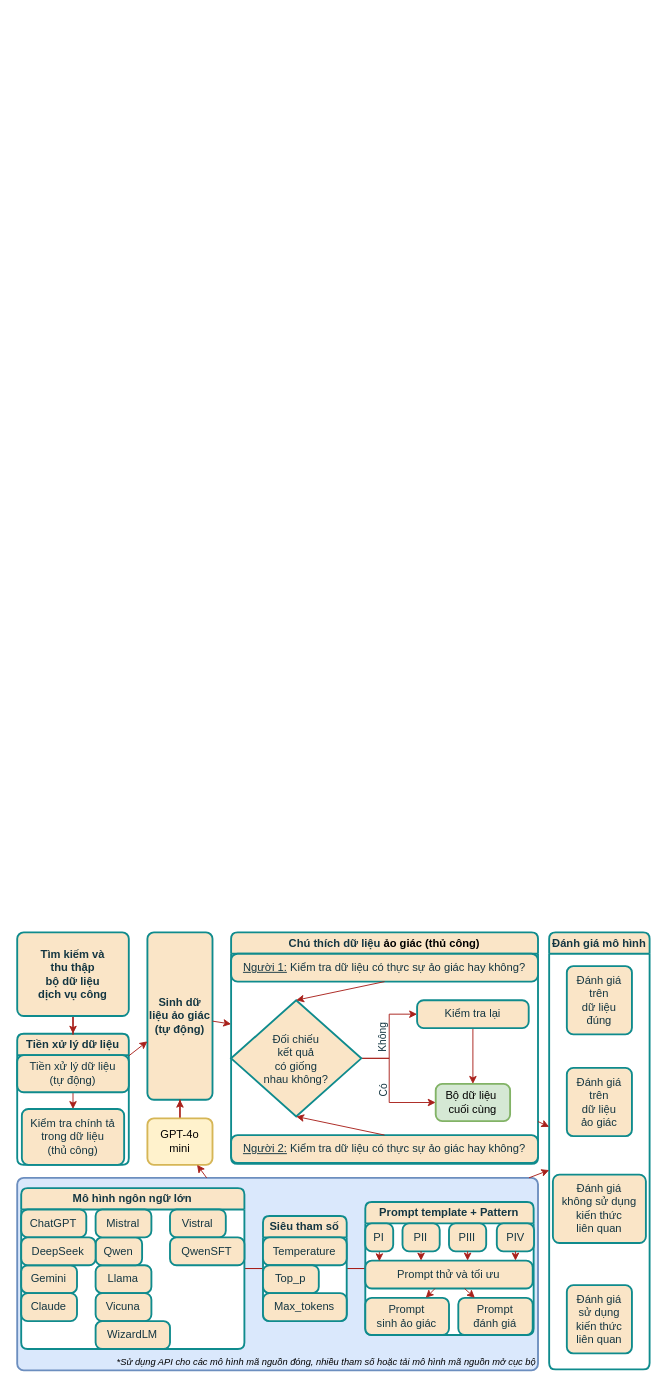
The draw.io diagram E_Analyze/Process_reduce.drawio in fabyanbui/Public-Sector-Application, before the edit. Source tidied: cells renumbered, new cells numbered last; positions are measured from the earlier drawing's top-left corner, leaving out a move shared by most shapes. Both pictures are drawn from the tidied source at 93%, with x=0, y=0 at pixel (17, 932).
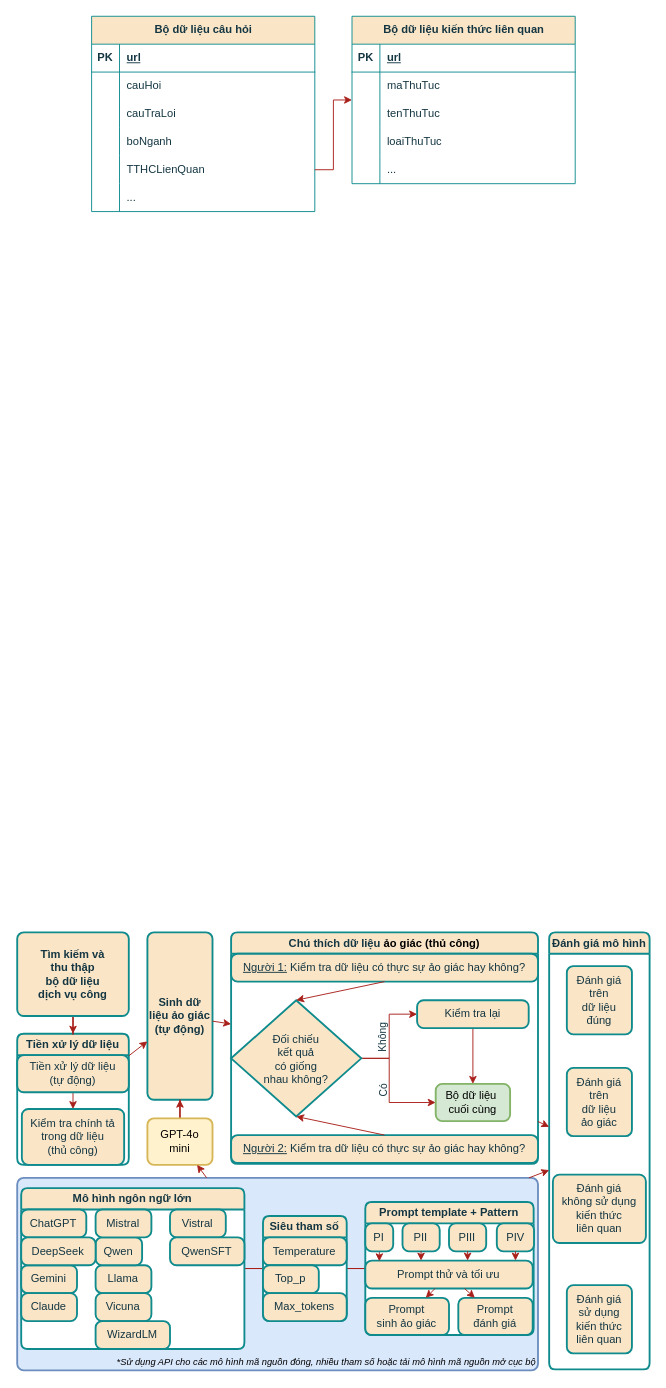
Above is the later version.

Commit message (it also covers changes not shown here):
Double check spelling TTHC and drawio process

Backup spelling checking TTHC

Change to the diagram source:
```diff
@@
+    <mxCell id="70" style="group;" parent="1" vertex="1">
+      <mxGeometry x="80" y="-985" width="520" height="210" as="geometry" />
+    </mxCell>
+    <mxCell id="71" value="Bộ dữ liệu kiến thức liên quan" style="shape=table;startSize=30;childLayout=tableLayout;rowLines=0;fontStyle=1;align=center;html=1;labelBackgroundColor=none;fillColor=#FAE5C7;strokeColor=#0F8B8D;fontColor=#143642;swimlaneFillColor=#ffffff;" parent="70" vertex="1">
+      <mxGeometry x="280" width="240" height="180" as="geometry" />
+    </mxCell>
+    <mxCell id="72" style="shape=tableRow;horizontal=0;startSize=0;swimlaneHead=0;swimlaneBody=0;fillColor=none;top=0;left=0;right=0;bottom=1;labelBackgroundColor=none;strokeColor=#0F8B8D;fontColor=#143642;" parent="71" vertex="1">
+      <mxGeometry y="30" width="240" height="30" as="geometry" />
+    </mxCell>
+    <mxCell id="73" value="PK" style="shape=partialRectangle;fillColor=none;top=0;left=0;bottom=0;right=0;fontStyle=1;overflow=hidden;whiteSpace=wrap;html=1;labelBackgroundColor=none;strokeColor=#0F8B8D;fontColor=#143642;" parent="72" vertex="1">
+      <mxGeometry width="30" height="30" as="geometry" />
+    </mxCell>
+    <mxCell id="74" value="url" style="shape=partialRectangle;fillColor=none;top=0;left=0;bottom=0;right=0;align=left;spacingLeft=6;fontStyle=5;overflow=hidden;whiteSpace=wrap;html=1;labelBackgroundColor=none;strokeColor=#0F8B8D;fontColor=#143642;" parent="72" vertex="1">
+      <mxGeometry x="30" width="210" height="30" as="geometry" />
+    </mxCell>
+    <mxCell id="75" style="shape=tableRow;horizontal=0;startSize=0;swimlaneHead=0;swimlaneBody=0;fillColor=none;top=0;left=0;right=0;bottom=0;labelBackgroundColor=none;strokeColor=#0F8B8D;fontColor=#143642;" parent="71" vertex="1">
+      <mxGeometry y="60" width="240" height="30" as="geometry" />
+    </mxCell>
+    <mxCell id="76" style="shape=partialRectangle;fillColor=none;top=0;left=0;bottom=0;right=0;overflow=hidden;whiteSpace=wrap;html=1;labelBackgroundColor=none;strokeColor=#0F8B8D;fontColor=#143642;" parent="75" vertex="1">
+      <mxGeometry width="30" height="30" as="geometry" />
+    </mxCell>
+    <mxCell id="77" value="maThuTuc" style="shape=partialRectangle;fillColor=none;top=0;left=0;bottom=0;right=0;align=left;spacingLeft=6;overflow=hidden;whiteSpace=wrap;html=1;labelBackgroundColor=none;strokeColor=#0F8B8D;fontColor=#143642;" parent="75" vertex="1">
+      <mxGeometry x="30" width="210" height="30" as="geometry" />
+    </mxCell>
+    <mxCell id="78" style="shape=tableRow;horizontal=0;startSize=0;swimlaneHead=0;swimlaneBody=0;fillColor=none;top=0;left=0;right=0;bottom=0;labelBackgroundColor=none;strokeColor=#0F8B8D;fontColor=#143642;" parent="71" vertex="1">
+      <mxGeometry y="90" width="240" height="30" as="geometry" />
+    </mxCell>
+    <mxCell id="79" style="shape=partialRectangle;fillColor=none;top=0;left=0;bottom=0;right=0;overflow=hidden;whiteSpace=wrap;html=1;labelBackgroundColor=none;strokeColor=#0F8B8D;fontColor=#143642;" parent="78" vertex="1">
+      <mxGeometry width="30" height="30" as="geometry" />
+    </mxCell>
+    <mxCell id="80" value="tenThuTuc" style="shape=partialRectangle;fillColor=none;top=0;left=0;bottom=0;right=0;align=left;spacingLeft=6;overflow=hidden;whiteSpace=wrap;html=1;labelBackgroundColor=none;strokeColor=#0F8B8D;fontColor=#143642;" parent="78" vertex="1">
+      <mxGeometry x="30" width="210" height="30" as="geometry" />
+    </mxCell>
+    <mxCell id="81" style="shape=tableRow;horizontal=0;startSize=0;swimlaneHead=0;swimlaneBody=0;fillColor=none;top=0;left=0;right=0;bottom=0;labelBackgroundColor=none;strokeColor=#0F8B8D;fontColor=#143642;" parent="71" vertex="1">
+      <mxGeometry y="120" width="240" height="30" as="geometry" />
+    </mxCell>
+    <mxCell id="82" style="shape=partialRectangle;fillColor=none;top=0;left=0;bottom=0;right=0;overflow=hidden;whiteSpace=wrap;html=1;labelBackgroundColor=none;strokeColor=#0F8B8D;fontColor=#143642;" parent="81" vertex="1">
+      <mxGeometry width="30" height="30" as="geometry" />
+    </mxCell>
+    <mxCell id="83" value="loaiThuTuc" style="shape=partialRectangle;fillColor=none;top=0;left=0;bottom=0;right=0;align=left;spacingLeft=6;overflow=hidden;whiteSpace=wrap;html=1;labelBackgroundColor=none;strokeColor=#0F8B8D;fontColor=#143642;" parent="81" vertex="1">
+      <mxGeometry x="30" width="210" height="30" as="geometry" />
+    </mxCell>
+    <mxCell id="84" style="shape=tableRow;horizontal=0;startSize=0;swimlaneHead=0;swimlaneBody=0;fillColor=none;top=0;left=0;right=0;bottom=0;labelBackgroundColor=none;strokeColor=#0F8B8D;fontColor=#143642;" parent="71" vertex="1">
+      <mxGeometry y="150" width="240" height="30" as="geometry" />
+    </mxCell>
+    <mxCell id="85" style="shape=partialRectangle;fillColor=none;top=0;left=0;bottom=0;right=0;overflow=hidden;whiteSpace=wrap;html=1;labelBackgroundColor=none;strokeColor=#0F8B8D;fontColor=#143642;" parent="84" vertex="1">
+      <mxGeometry width="30" height="30" as="geometry" />
+    </mxCell>
+    <mxCell id="86" value="..." style="shape=partialRectangle;fillColor=none;top=0;left=0;bottom=0;right=0;align=left;spacingLeft=6;overflow=hidden;whiteSpace=wrap;html=1;labelBackgroundColor=none;strokeColor=#0F8B8D;fontColor=#143642;" parent="84" vertex="1">
+      <mxGeometry x="30" width="210" height="30" as="geometry" />
+    </mxCell>
+    <mxCell id="87" value="Bộ dữ liệu câu hỏi" style="shape=table;startSize=30;childLayout=tableLayout;rowLines=0;fontStyle=1;align=center;html=1;labelBackgroundColor=none;fillColor=#FAE5C7;strokeColor=#0F8B8D;fontColor=#143642;swimlaneFillColor=#ffffff;" parent="70" vertex="1">
+      <mxGeometry width="240" height="210" as="geometry" />
+    </mxCell>
+    <mxCell id="88" style="shape=tableRow;horizontal=0;startSize=0;swimlaneHead=0;swimlaneBody=0;fillColor=none;top=0;left=0;right=0;bottom=1;labelBackgroundColor=none;strokeColor=#0F8B8D;fontColor=#143642;" parent="87" vertex="1">
+      <mxGeometry y="30" width="240" height="30" as="geometry" />
+    </mxCell>
+    <mxCell id="89" value="PK" style="shape=partialRectangle;fillColor=none;top=0;left=0;bottom=0;right=0;fontStyle=1;overflow=hidden;whiteSpace=wrap;html=1;labelBackgroundColor=none;strokeColor=#0F8B8D;fontColor=#143642;" parent="88" vertex="1">
+      <mxGeometry width="30" height="30" as="geometry" />
+    </mxCell>
+    <mxCell id="90" value="url" style="shape=partialRectangle;fillColor=none;top=0;left=0;bottom=0;right=0;align=left;spacingLeft=6;fontStyle=5;overflow=hidden;whiteSpace=wrap;html=1;labelBackgroundColor=none;strokeColor=#0F8B8D;fontColor=#143642;" parent="88" vertex="1">
+      <mxGeometry x="30" width="210" height="30" as="geometry" />
+    </mxCell>
+    <mxCell id="91" style="shape=tableRow;horizontal=0;startSize=0;swimlaneHead=0;swimlaneBody=0;fillColor=none;top=0;left=0;right=0;bottom=0;labelBackgroundColor=none;strokeColor=#0F8B8D;fontColor=#143642;" parent="87" vertex="1">
+      <mxGeometry y="60" width="240" height="30" as="geometry" />
+    </mxCell>
+    <mxCell id="92" style="shape=partialRectangle;fillColor=none;top=0;left=0;bottom=0;right=0;overflow=hidden;whiteSpace=wrap;html=1;labelBackgroundColor=none;strokeColor=#0F8B8D;fontColor=#143642;" parent="91" vertex="1">
+      <mxGeometry width="30" height="30" as="geometry" />
+    </mxCell>
+    <mxCell id="93" value="cauHoi" style="shape=partialRectangle;fillColor=none;top=0;left=0;bottom=0;right=0;align=left;spacingLeft=6;overflow=hidden;whiteSpace=wrap;html=1;labelBackgroundColor=none;strokeColor=#0F8B8D;fontColor=#143642;" parent="91" vertex="1">
+      <mxGeometry x="30" width="210" height="30" as="geometry" />
+    </mxCell>
+    <mxCell id="94" style="shape=tableRow;horizontal=0;startSize=0;swimlaneHead=0;swimlaneBody=0;fillColor=none;top=0;left=0;right=0;bottom=0;labelBackgroundColor=none;strokeColor=#0F8B8D;fontColor=#143642;" parent="87" vertex="1">
+      <mxGeometry y="90" width="240" height="30" as="geometry" />
+    </mxCell>
+    <mxCell id="95" style="shape=partialRectangle;fillColor=none;top=0;left=0;bottom=0;right=0;overflow=hidden;whiteSpace=wrap;html=1;labelBackgroundColor=none;strokeColor=#0F8B8D;fontColor=#143642;" parent="94" vertex="1">
+      <mxGeometry width="30" height="30" as="geometry" />
+    </mxCell>
+    <mxCell id="96" value="cauTraLoi" style="shape=partialRectangle;fillColor=none;top=0;left=0;bottom=0;right=0;align=left;spacingLeft=6;overflow=hidden;whiteSpace=wrap;html=1;labelBackgroundColor=none;strokeColor=#0F8B8D;fontColor=#143642;" parent="94" vertex="1">
+      <mxGeometry x="30" width="210" height="30" as="geometry" />
+    </mxCell>
+    <mxCell id="97" style="shape=tableRow;horizontal=0;startSize=0;swimlaneHead=0;swimlaneBody=0;fillColor=none;top=0;left=0;right=0;bottom=0;labelBackgroundColor=none;strokeColor=#0F8B8D;fontColor=#143642;" parent="87" vertex="1">
+      <mxGeometry y="120" width="240" height="30" as="geometry" />
+    </mxCell>
+    <mxCell id="98" style="shape=partialRectangle;fillColor=none;top=0;left=0;bottom=0;right=0;overflow=hidden;whiteSpace=wrap;html=1;labelBackgroundColor=none;strokeColor=#0F8B8D;fontColor=#143642;" parent="97" vertex="1">
+      <mxGeometry width="30" height="30" as="geometry" />
+    </mxCell>
+    <mxCell id="99" value="boNganh" style="shape=partialRectangle;fillColor=none;top=0;left=0;bottom=0;right=0;align=left;spacingLeft=6;overflow=hidden;whiteSpace=wrap;html=1;labelBackgroundColor=none;strokeColor=#0F8B8D;fontColor=#143642;" parent="97" vertex="1">
+      <mxGeometry x="30" width="210" height="30" as="geometry" />
+    </mxCell>
+    <mxCell id="100" style="shape=tableRow;horizontal=0;startSize=0;swimlaneHead=0;swimlaneBody=0;fillColor=none;points=[[0,0.5],[1,0.5]];portConstraint=eastwest;top=0;left=0;right=0;bottom=0;labelBackgroundColor=none;strokeColor=#0F8B8D;fontColor=#143642;" parent="87" vertex="1">
+      <mxGeometry y="150" width="240" height="30" as="geometry" />
+    </mxCell>
+    <mxCell id="101" style="shape=partialRectangle;fillColor=none;top=0;left=0;bottom=0;right=0;overflow=hidden;whiteSpace=wrap;html=1;labelBackgroundColor=none;strokeColor=#0F8B8D;fontColor=#143642;" parent="100" vertex="1">
+      <mxGeometry width="30" height="30" as="geometry" />
+    </mxCell>
+    <mxCell id="102" value="TTHCLienQuan" style="shape=partialRectangle;fillColor=none;top=0;left=0;bottom=0;right=0;align=left;spacingLeft=6;overflow=hidden;whiteSpace=wrap;html=1;labelBackgroundColor=none;strokeColor=#0F8B8D;fontColor=#143642;" parent="100" vertex="1">
+      <mxGeometry x="30" width="210" height="30" as="geometry" />
+    </mxCell>
+    <mxCell id="103" style="shape=tableRow;horizontal=0;startSize=0;swimlaneHead=0;swimlaneBody=0;fillColor=none;top=0;left=0;right=0;bottom=0;labelBackgroundColor=none;strokeColor=#0F8B8D;fontColor=#143642;" parent="87" vertex="1">
+      <mxGeometry y="180" width="240" height="30" as="geometry" />
+    </mxCell>
+    <mxCell id="104" style="shape=partialRectangle;fillColor=none;top=0;left=0;bottom=0;right=0;overflow=hidden;whiteSpace=wrap;html=1;labelBackgroundColor=none;strokeColor=#0F8B8D;fontColor=#143642;" parent="103" vertex="1">
+      <mxGeometry width="30" height="30" as="geometry" />
+    </mxCell>
+    <mxCell id="105" value="..." style="shape=partialRectangle;fillColor=none;top=0;left=0;bottom=0;right=0;align=left;spacingLeft=6;overflow=hidden;whiteSpace=wrap;html=1;labelBackgroundColor=none;strokeColor=#0F8B8D;fontColor=#143642;" parent="103" vertex="1">
+      <mxGeometry x="30" width="210" height="30" as="geometry" />
+    </mxCell>
+    <mxCell id="106" style="edgeStyle=orthogonalEdgeStyle;rounded=0;jettySize=auto;html=1;strokeColor=#A8201A;fontColor=#143642;fillColor=#FAE5C7;" parent="70" edge="1" source="100" target="71">
+      <mxGeometry relative="1" as="geometry" />
+    </mxCell>
```
